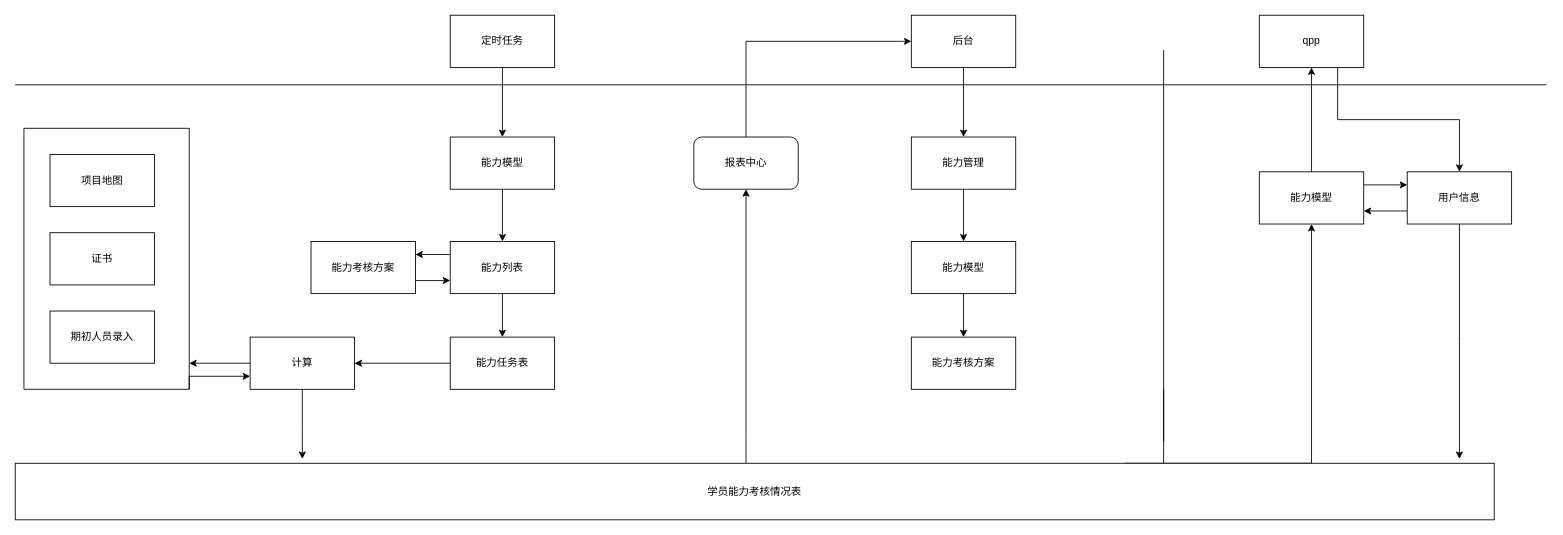
The draw.io diagram exe/EXEPD-90418.drawio in w849027724/draw_files, before the edit. Source tidied: cells renumbered, new cells numbered last; positions are measured from the earlier drawing's top-left corner, leaving out a move shared by most shapes. Both pictures are drawn from the tidied source at 87%, with x=0, y=0 at pixel (15, 15).
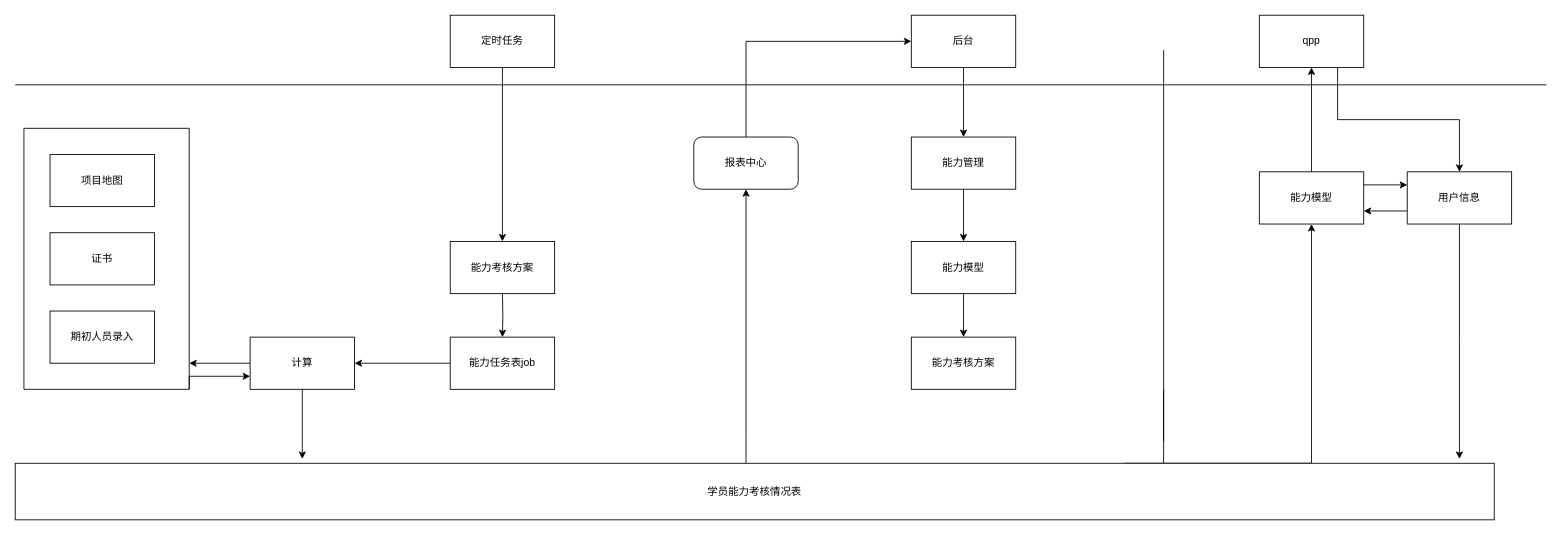
The same page after the edit.

Unchanged cells that the change refers to:
```xml
<mxCell id="21" value="定时任务" style="rounded=0;whiteSpace=wrap;html=1;" parent="1" vertex="1">
  <mxGeometry x="500" width="120" height="60" as="geometry" />
</mxCell>
```

What changed in the source:
```diff
@@
-    <mxCell id="20" style="edgeStyle=orthogonalEdgeStyle;rounded=0;jettySize=auto;html=1;exitX=0.5;exitY=1;exitDx=0;exitDy=0;" parent="1" edge="1" source="21" target="23">
-      <mxGeometry relative="1" as="geometry" />
-    </mxCell>
+    <mxCell id="44" style="edgeStyle=orthogonalEdgeStyle;rounded=0;jettySize=auto;html=1;" parent="1" edge="1" source="21">
+      <mxGeometry relative="1" as="geometry">
+        <mxPoint x="560" y="260" as="targetPoint" />
+      </mxGeometry>
+    </mxCell>
@@
-    <mxCell id="22" style="edgeStyle=orthogonalEdgeStyle;rounded=0;jettySize=auto;html=1;exitX=0.5;exitY=1;exitDx=0;exitDy=0;" parent="1" edge="1" source="23" target="26">
-      <mxGeometry relative="1" as="geometry" />
-    </mxCell>
-    <mxCell id="23" value="能力模型" style="rounded=0;whiteSpace=wrap;html=1;" parent="1" vertex="1">
-      <mxGeometry x="500" y="140" width="120" height="60" as="geometry" />
-    </mxCell>
-    <mxCell id="24" style="edgeStyle=orthogonalEdgeStyle;rounded=0;jettySize=auto;html=1;exitX=0;exitY=0.25;exitDx=0;exitDy=0;" parent="1" edge="1" source="26" target="33">
-      <mxGeometry relative="1" as="geometry">
-        <Array as="points">
-          <mxPoint x="470" y="275" />
-          <mxPoint x="470" y="275" />
-        </Array>
-      </mxGeometry>
-    </mxCell>
-    <mxCell id="25" style="edgeStyle=orthogonalEdgeStyle;rounded=0;jettySize=auto;html=1;exitX=0.5;exitY=1;exitDx=0;exitDy=0;" parent="1" edge="1" source="26" target="40">
-      <mxGeometry relative="1" as="geometry" />
+    <mxCell id="25" style="edgeStyle=orthogonalEdgeStyle;rounded=0;jettySize=auto;html=1;exitX=0.5;exitY=1;exitDx=0;exitDy=0;" parent="1" edge="1" target="40">
+      <mxGeometry relative="1" as="geometry">
+        <mxPoint x="560" y="320" as="sourcePoint" />
+      </mxGeometry>
     </mxCell>
-    <mxCell id="26" value="能力列表" style="rounded=0;whiteSpace=wrap;html=1;" parent="1" vertex="1">
-      <mxGeometry x="500" y="260" width="120" height="60" as="geometry" />
-    </mxCell>
@@
-    <mxCell id="32" style="edgeStyle=orthogonalEdgeStyle;rounded=0;jettySize=auto;html=1;exitX=1;exitY=0.75;exitDx=0;exitDy=0;entryX=0;entryY=0.75;entryDx=0;entryDy=0;" parent="1" edge="1" source="33" target="26">
-      <mxGeometry relative="1" as="geometry" />
-    </mxCell>
     <mxCell id="33" value="能力考核方案" style="rounded=0;whiteSpace=wrap;html=1;" parent="1" vertex="1">
-      <mxGeometry x="340" y="260" width="120" height="60" as="geometry" />
+      <mxGeometry x="500" y="260" width="120" height="60" as="geometry" />
     </mxCell>
@@
-    <mxCell id="40" value="能力任务表" style="rounded=0;whiteSpace=wrap;html=1;" parent="1" vertex="1">
+    <mxCell id="40" value="能力任务表job" style="rounded=0;whiteSpace=wrap;html=1;" parent="1" vertex="1">
       <mxGeometry x="500" y="370" width="120" height="60" as="geometry" />
     </mxCell>
```
